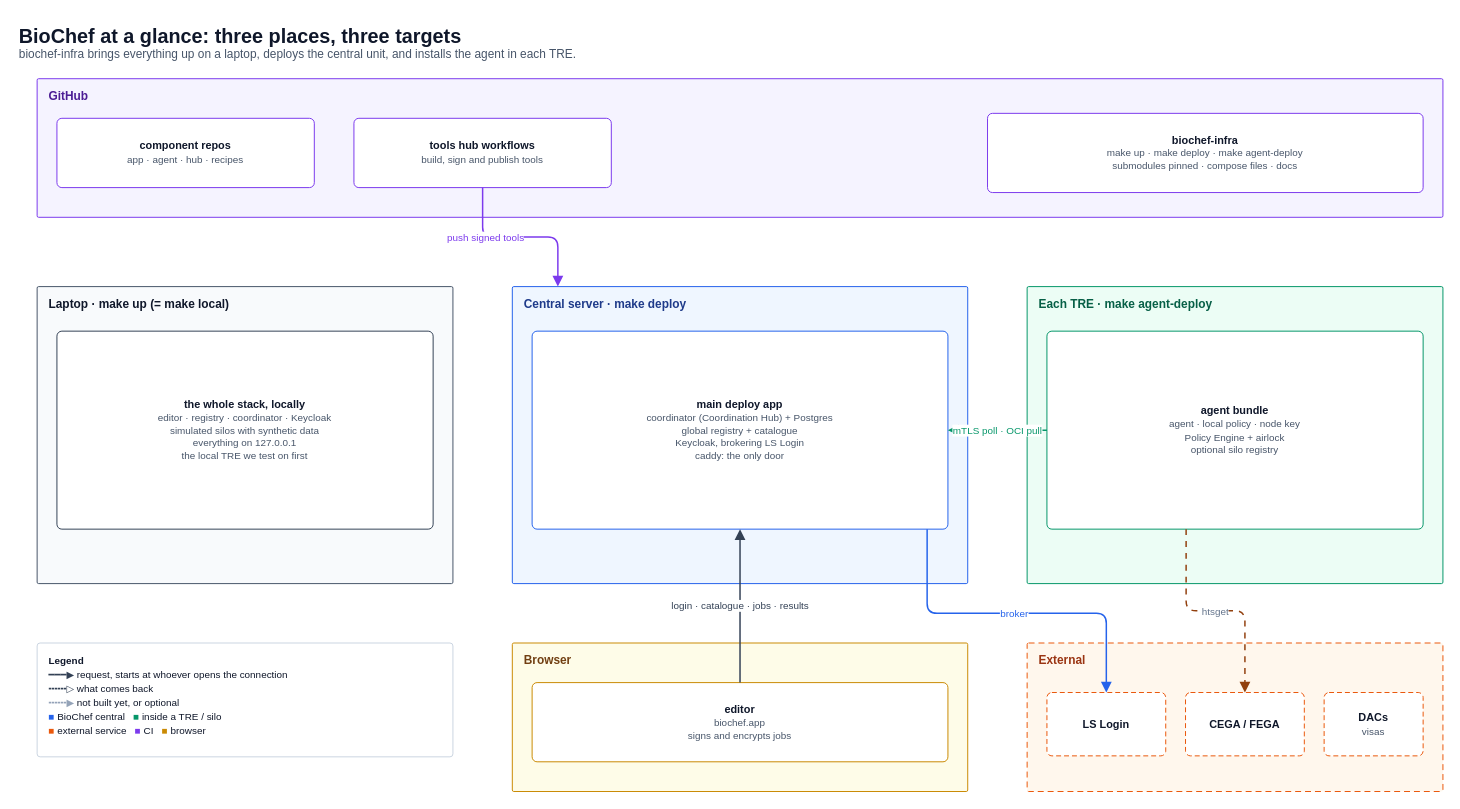
This is docs/diagrams/01-overview.drawio from ieeta-pt/biochef-infra, a draw.io file, before an edit. Source tidied: cells renumbered, new cells numbered last; positions are measured from the earlier drawing's top-left corner, leaving out a move shared by most shapes. Both pictures are drawn from the tidied source at 99%, with x=0, y=0 at pixel (17, 17).
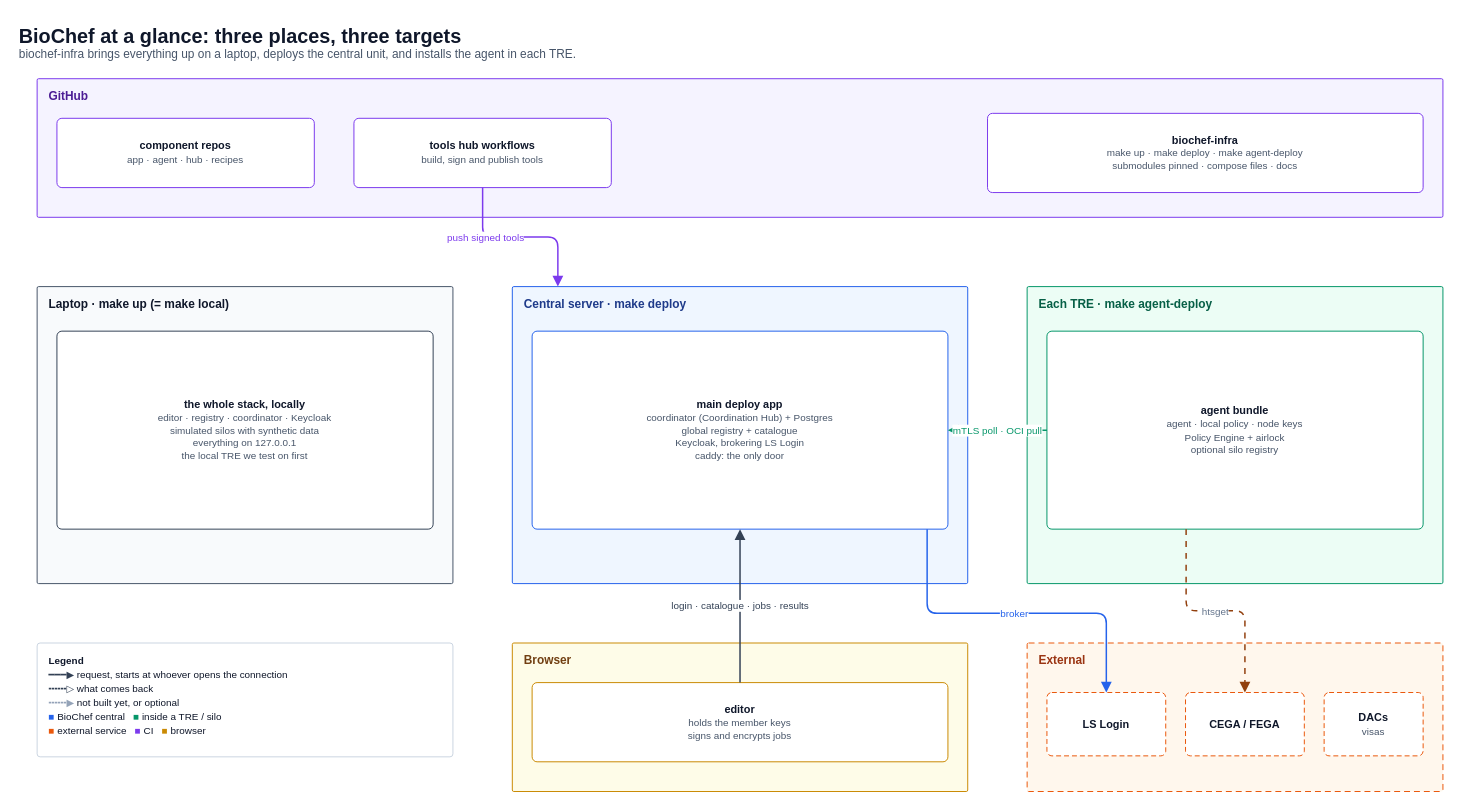
The same diagram, later.

The change refers to these unchanged cells:
```xml
<mxCell id="11" value="Each TRE · make agent-deploy" style="rounded=1;arcSize=3;absoluteArcSize=1;html=1;whiteSpace=wrap;verticalAlign=top;align=left;spacingLeft=10;spacingTop=4;fontSize=12;fontStyle=1;fillColor=#ecfdf5;strokeColor=#059669;fontColor=#065f46;" parent="1" vertex="1">
  <mxGeometry x="1020" y="272" width="420" height="300" as="geometry" />
</mxCell>
<mxCell id="13" value="Browser" style="rounded=1;arcSize=3;absoluteArcSize=1;html=1;whiteSpace=wrap;verticalAlign=top;align=left;spacingLeft=10;spacingTop=4;fontSize=12;fontStyle=1;fillColor=#fefce8;strokeColor=#ca8a04;fontColor=#713f12;" parent="1" vertex="1">
  <mxGeometry x="500" y="632" width="460" height="150" as="geometry" />
</mxCell>
```

Change to the diagram source:
```diff
@@
-    <mxCell id="12" value="&lt;b&gt;agent bundle&lt;/b&gt;&lt;br&gt;&lt;font style=&quot;font-size:10px&quot; color=&quot;#475569&quot;&gt;agent · local policy · node key&lt;/font&gt;&lt;br&gt;&lt;font style=&quot;font-size:10px&quot; color=&quot;#475569&quot;&gt;Policy Engine + airlock&lt;/font&gt;&lt;br&gt;&lt;font style=&quot;font-size:10px&quot; color=&quot;#475569&quot;&gt;optional silo registry&lt;/font&gt;" style="html=1;whiteSpace=wrap;fontSize=11;fillColor=#ffffff;strokeColor=#059669;fontColor=#0f172a;align=center;verticalAlign=middle;spacing=4;rounded=1;arcSize=10;absoluteArcSize=1;" parent="11" vertex="1">
+    <mxCell id="12" value="&lt;b&gt;agent bundle&lt;/b&gt;&lt;br&gt;&lt;font style=&quot;font-size:10px&quot; color=&quot;#475569&quot;&gt;agent · local policy · node keys&lt;/font&gt;&lt;br&gt;&lt;font style=&quot;font-size:10px&quot; color=&quot;#475569&quot;&gt;Policy Engine + airlock&lt;/font&gt;&lt;br&gt;&lt;font style=&quot;font-size:10px&quot; color=&quot;#475569&quot;&gt;optional silo registry&lt;/font&gt;" style="html=1;whiteSpace=wrap;fontSize=11;fillColor=#ffffff;strokeColor=#059669;fontColor=#0f172a;align=center;verticalAlign=middle;spacing=4;rounded=1;arcSize=10;absoluteArcSize=1;" parent="11" vertex="1">
       <mxGeometry x="20" y="45" width="380" height="200" as="geometry" />
     </mxCell>
@@
-    <mxCell id="14" value="&lt;b&gt;editor&lt;/b&gt;&lt;br&gt;&lt;font style=&quot;font-size:10px&quot; color=&quot;#475569&quot;&gt;biochef.app&lt;/font&gt;&lt;br&gt;&lt;font style=&quot;font-size:10px&quot; color=&quot;#475569&quot;&gt;signs and encrypts jobs&lt;/font&gt;" style="html=1;whiteSpace=wrap;fontSize=11;fillColor=#ffffff;strokeColor=#ca8a04;fontColor=#0f172a;align=center;verticalAlign=middle;spacing=4;rounded=1;arcSize=10;absoluteArcSize=1;" parent="13" vertex="1">
+    <mxCell id="14" value="&lt;b&gt;editor&lt;/b&gt;&lt;br&gt;&lt;font style=&quot;font-size:10px&quot; color=&quot;#475569&quot;&gt;holds the member keys&lt;/font&gt;&lt;br&gt;&lt;font style=&quot;font-size:10px&quot; color=&quot;#475569&quot;&gt;signs and encrypts jobs&lt;/font&gt;" style="html=1;whiteSpace=wrap;fontSize=11;fillColor=#ffffff;strokeColor=#ca8a04;fontColor=#0f172a;align=center;verticalAlign=middle;spacing=4;rounded=1;arcSize=10;absoluteArcSize=1;" parent="13" vertex="1">
       <mxGeometry x="20" y="40" width="420" height="80" as="geometry" />
     </mxCell>
```
